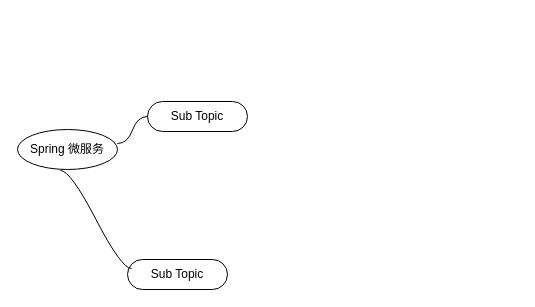
XiongZen/QJReconstitution keeps this draw.io diagram as Spring-生态微服务体系.drawio. Above is the earlier version. Source tidied: cells renumbered, new cells numbered last; positions are measured from the earlier drawing's top-left corner, leaving out a move shared by most shapes. Both pictures are drawn from the tidied source at 100%, with x=0, y=0 at pixel (17, 101).
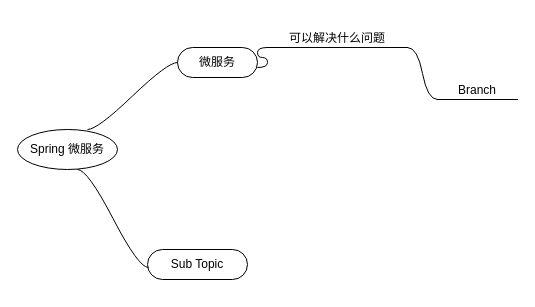
The same page after the edit.

Commit message (it also covers changes not shown here):
Update Spring-生态微服务体系.drawio

Change to the diagram source:
```diff
@@
 <mxGraphModel>
   <root>
     <mxCell id="0" />
     <mxCell id="1" parent="0" />
     <mxCell id="2" value="Spring 微服务" style="ellipse;whiteSpace=wrap;html=1;align=center;newEdgeStyle={&quot;edgeStyle&quot;:&quot;entityRelationEdgeStyle&quot;,&quot;startArrow&quot;:&quot;none&quot;,&quot;endArrow&quot;:&quot;none&quot;,&quot;segment&quot;:10,&quot;curved&quot;:1,&quot;sourcePerimeterSpacing&quot;:0,&quot;targetPerimeterSpacing&quot;:0};" parent="1" vertex="1">
       <mxGeometry y="28" width="100" height="40" as="geometry" />
     </mxCell>
-    <mxCell id="3" value="Sub Topic" style="whiteSpace=wrap;html=1;rounded=1;arcSize=50;align=center;verticalAlign=middle;strokeWidth=1;spacing=4;newEdgeStyle={&quot;edgeStyle&quot;:&quot;entityRelationEdgeStyle&quot;,&quot;startArrow&quot;:&quot;none&quot;,&quot;endArrow&quot;:&quot;none&quot;,&quot;segment&quot;:10,&quot;curved&quot;:1,&quot;sourcePerimeterSpacing&quot;:0,&quot;targetPerimeterSpacing&quot;:0};" parent="1" vertex="1">
-      <mxGeometry x="130" width="100" height="30" as="geometry" />
-    </mxCell>
-    <mxCell id="4" style="edgeStyle=entityRelationEdgeStyle;startArrow=none;endArrow=none;segment=10;curved=1;sourcePerimeterSpacing=0;targetPerimeterSpacing=0;rounded=0;" parent="1" edge="1" target="3">
-      <mxGeometry relative="1" as="geometry">
-        <mxPoint x="100" y="42" as="sourcePoint" />
-      </mxGeometry>
-    </mxCell>
     <mxCell id="5" value="Sub Topic" style="whiteSpace=wrap;html=1;rounded=1;arcSize=50;align=center;verticalAlign=middle;strokeWidth=1;spacing=4;newEdgeStyle={&quot;edgeStyle&quot;:&quot;entityRelationEdgeStyle&quot;,&quot;startArrow&quot;:&quot;none&quot;,&quot;endArrow&quot;:&quot;none&quot;,&quot;segment&quot;:10,&quot;curved&quot;:1,&quot;sourcePerimeterSpacing&quot;:0,&quot;targetPerimeterSpacing&quot;:0};" parent="1" vertex="1">
-      <mxGeometry x="110" y="158" width="100" height="30" as="geometry" />
+      <mxGeometry x="130" y="148" width="100" height="30" as="geometry" />
     </mxCell>
     <mxCell id="6" style="edgeStyle=entityRelationEdgeStyle;startArrow=none;endArrow=none;segment=10;curved=1;sourcePerimeterSpacing=0;targetPerimeterSpacing=0;rounded=0;exitX=0.69;exitY=0.875;exitDx=0;exitDy=0;exitPerimeter=0;" parent="1" edge="1">
       <mxGeometry relative="1" as="geometry">
-        <mxPoint x="43" y="69" as="sourcePoint" />
-        <mxPoint x="114" y="167" as="targetPoint" />
+        <mxPoint x="60" y="68" as="sourcePoint" />
+        <mxPoint x="131" y="166" as="targetPoint" />
       </mxGeometry>
     </mxCell>
+    <mxCell id="7" value="微服务" style="whiteSpace=wrap;html=1;rounded=1;arcSize=50;align=center;verticalAlign=middle;strokeWidth=1;spacing=4;newEdgeStyle={&quot;edgeStyle&quot;:&quot;entityRelationEdgeStyle&quot;,&quot;startArrow&quot;:&quot;none&quot;,&quot;endArrow&quot;:&quot;none&quot;,&quot;segment&quot;:10,&quot;curved&quot;:1,&quot;sourcePerimeterSpacing&quot;:0,&quot;targetPerimeterSpacing&quot;:0};" parent="1" vertex="1">
+      <mxGeometry x="160" y="-54" width="80" height="30" as="geometry" />
+    </mxCell>
+    <mxCell id="8" style="edgeStyle=entityRelationEdgeStyle;startArrow=none;endArrow=none;segment=10;curved=1;sourcePerimeterSpacing=0;targetPerimeterSpacing=0;rounded=0;exitX=0.7;exitY=0;exitDx=0;exitDy=0;exitPerimeter=0;" parent="1" edge="1" source="2" target="7">
+      <mxGeometry relative="1" as="geometry" />
+    </mxCell>
+    <mxCell id="9" style="edgeStyle=entityRelationEdgeStyle;rounded=0;jettySize=auto;html=1;startArrow=none;endArrow=none;segment=10;curved=1;sourcePerimeterSpacing=0;targetPerimeterSpacing=0;" parent="1" edge="1" source="10" target="12">
+      <mxGeometry relative="1" as="geometry" />
+    </mxCell>
+    <mxCell id="10" value="可以解决什么问题" style="whiteSpace=wrap;html=1;shape=partialRectangle;top=0;left=0;bottom=1;right=0;points=[[0,1],[1,1]];fillColor=none;align=center;verticalAlign=bottom;routingCenterY=0.5;snapToPoint=1;newEdgeStyle={&quot;edgeStyle&quot;:&quot;entityRelationEdgeStyle&quot;,&quot;startArrow&quot;:&quot;none&quot;,&quot;endArrow&quot;:&quot;none&quot;,&quot;segment&quot;:10,&quot;curved&quot;:1,&quot;sourcePerimeterSpacing&quot;:0,&quot;targetPerimeterSpacing&quot;:0};" parent="1" vertex="1">
+      <mxGeometry x="250" y="-84" width="140" height="30" as="geometry" />
+    </mxCell>
+    <mxCell id="11" style="edgeStyle=entityRelationEdgeStyle;startArrow=none;endArrow=none;segment=10;curved=1;sourcePerimeterSpacing=0;targetPerimeterSpacing=0;rounded=0;" parent="1" edge="1" target="10">
+      <mxGeometry relative="1" as="geometry">
+        <mxPoint x="240" y="-34" as="sourcePoint" />
+      </mxGeometry>
+    </mxCell>
+    <mxCell id="12" value="Branch" style="whiteSpace=wrap;html=1;shape=partialRectangle;top=0;left=0;bottom=1;right=0;points=[[0,1],[1,1]];fillColor=none;align=center;verticalAlign=bottom;routingCenterY=0.5;snapToPoint=1;newEdgeStyle={&quot;edgeStyle&quot;:&quot;entityRelationEdgeStyle&quot;,&quot;startArrow&quot;:&quot;none&quot;,&quot;endArrow&quot;:&quot;none&quot;,&quot;segment&quot;:10,&quot;curved&quot;:1,&quot;sourcePerimeterSpacing&quot;:0,&quot;targetPerimeterSpacing&quot;:0};" parent="1" vertex="1">
+      <mxGeometry x="420" y="-32" width="80" height="30" as="geometry" />
+    </mxCell>
   </root>
 </mxGraphModel>
```
